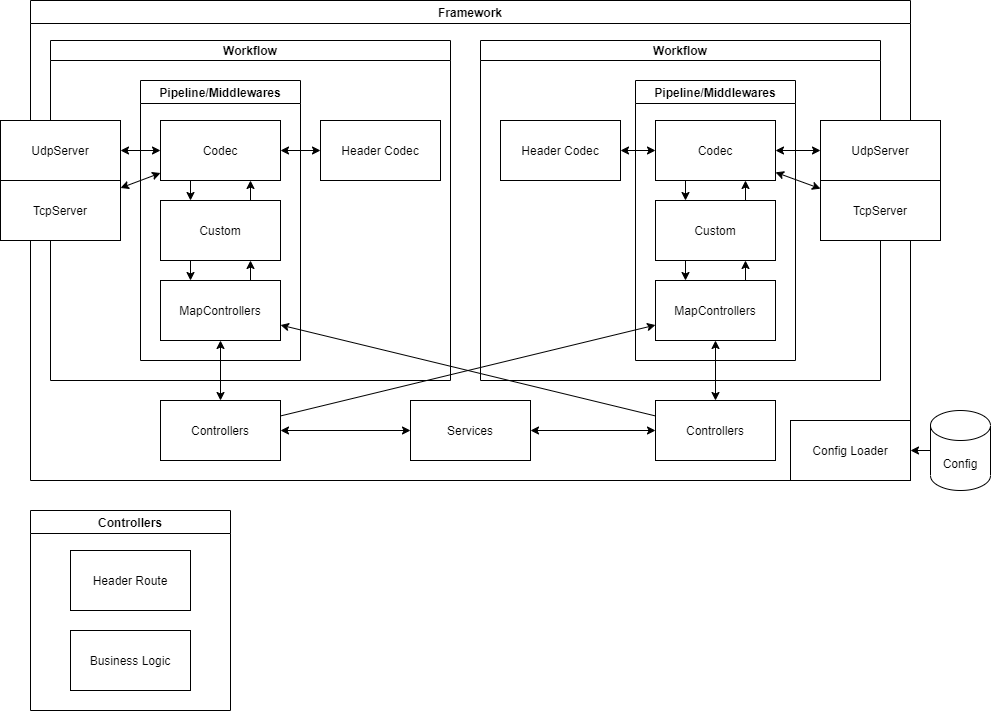
Above: img/arch.relay.drawio.png in Banyc/SocketBackendFramework (draw.io), before the change. Source tidied: cells renumbered, new cells last; positions are measured from the earlier drawing's top-left corner, leaving out a move shared by most shapes.
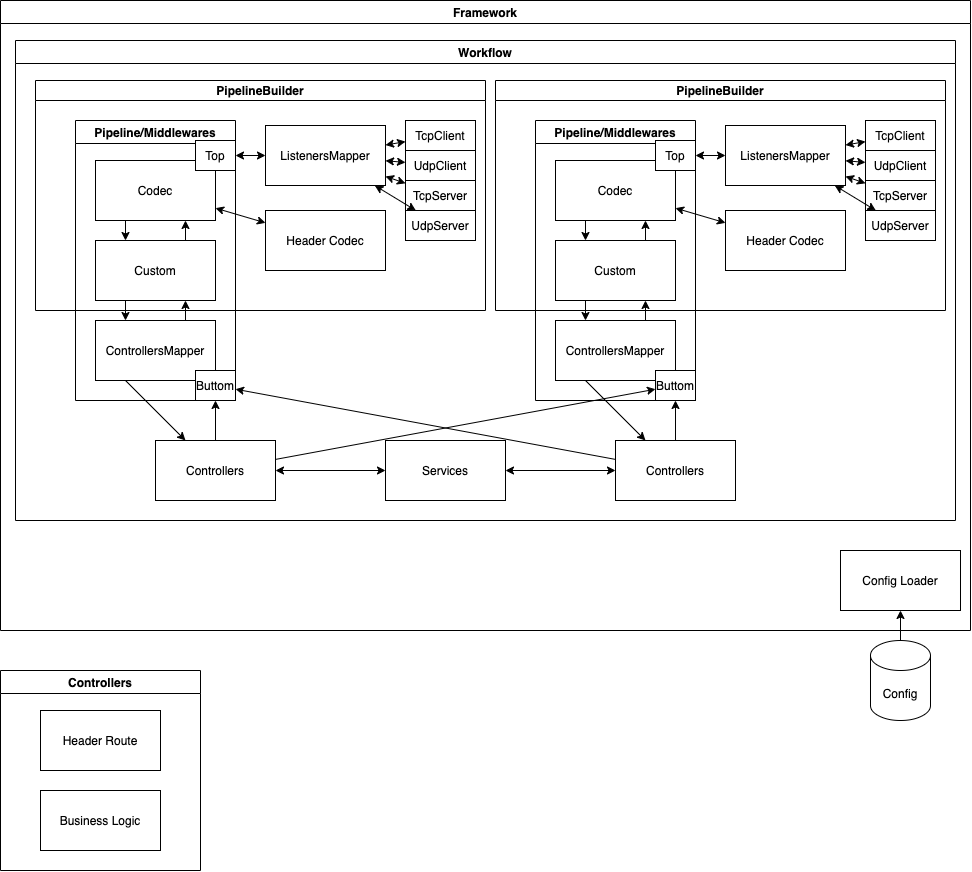
Above is the later version.

Commit message:
docs(project Relay): enhance architecture

The edit, as a diff of the source:
```diff
@@ -3,7 +3,7 @@
     <mxCell id="0" />
     <mxCell id="1" parent="0" />
     <mxCell id="2" value="Controllers" style="swimlane;" parent="1" vertex="1">
-      <mxGeometry x="30" y="510" width="200" height="200" as="geometry" />
+      <mxGeometry x="230" y="400" width="200" height="200" as="geometry" />
     </mxCell>
     <mxCell id="3" value="Header Route" style="rounded=0;whiteSpace=wrap;html=1;" parent="2" vertex="1">
       <mxGeometry x="40" y="40" width="120" height="60" as="geometry" />
@@ -11,64 +11,37 @@
     <mxCell id="4" value="Business Logic" style="rounded=0;whiteSpace=wrap;html=1;" parent="2" vertex="1">
       <mxGeometry x="40" y="120" width="120" height="60" as="geometry" />
     </mxCell>
+    <mxCell id="46" value="Config" style="shape=cylinder3;whiteSpace=wrap;html=1;boundedLbl=1;backgroundOutline=1;size=15;" parent="1" vertex="1">
+      <mxGeometry x="1100" y="370" width="60" height="80" as="geometry" />
+    </mxCell>
+    <mxCell id="47" style="endArrow=classic;html=1;" parent="1" edge="1" source="46" target="17">
+      <mxGeometry relative="1" as="geometry" />
+    </mxCell>
+    <mxCell id="48" value="Framework" style="swimlane;" parent="1" vertex="1">
+      <mxGeometry x="230" y="-270" width="970" height="630" as="geometry" />
+    </mxCell>
+    <mxCell id="17" value="Config Loader" style="rounded=0;whiteSpace=wrap;html=1;" parent="48" vertex="1">
+      <mxGeometry x="840" y="550" width="120" height="60" as="geometry" />
+    </mxCell>
-    <mxCell id="5" value="Framework" style="swimlane;" parent="1" vertex="1">
-      <mxGeometry x="30" width="880" height="480" as="geometry" />
+    <mxCell id="5" value="Workflow" style="swimlane;" parent="48" vertex="1">
+      <mxGeometry x="15" y="40" width="940" height="480" as="geometry" />
     </mxCell>
-    <mxCell id="6" value="Workflow" style="swimlane;startSize=20;" parent="5" vertex="1">
-      <mxGeometry x="450" y="40" width="400" height="340" as="geometry" />
-    </mxCell>
-    <mxCell id="7" value="Pipeline/Middlewares" style="swimlane;" parent="6" vertex="1">
-      <mxGeometry x="155" y="40" width="160" height="280" as="geometry" />
-    </mxCell>
-    <mxCell id="8" value="MapControllers" style="rounded=0;whiteSpace=wrap;html=1;" parent="7" vertex="1">
-      <mxGeometry x="20" y="200" width="120" height="60" as="geometry" />
-    </mxCell>
-    <mxCell id="9" style="endArrow=classic;html=1;entryX=0.75;entryY=1;entryDx=0;entryDy=0;exitX=0.75;exitY=0;exitDx=0;exitDy=0;" parent="7" edge="1" source="13" target="10">
-      <mxGeometry relative="1" as="geometry" />
-    </mxCell>
-    <mxCell id="10" value="Codec" style="rounded=0;whiteSpace=wrap;html=1;" parent="7" vertex="1">
-      <mxGeometry x="20" y="40" width="120" height="60" as="geometry" />
-    </mxCell>
-    <mxCell id="11" style="endArrow=classic;html=1;entryX=0.25;entryY=0;entryDx=0;entryDy=0;exitX=0.25;exitY=1;exitDx=0;exitDy=0;" parent="7" edge="1" source="10" target="13">
-      <mxGeometry relative="1" as="geometry" />
-    </mxCell>
-    <mxCell id="12" style="endArrow=classic;html=1;exitX=0.75;exitY=0;exitDx=0;exitDy=0;entryX=0.75;entryY=1;entryDx=0;entryDy=0;" parent="7" edge="1" source="8" target="13">
-      <mxGeometry relative="1" as="geometry" />
-    </mxCell>
-    <mxCell id="13" value="Custom" style="rounded=0;whiteSpace=wrap;html=1;" parent="7" vertex="1">
-      <mxGeometry x="20" y="120" width="120" height="60" as="geometry" />
-    </mxCell>
-    <mxCell id="14" style="endArrow=classic;html=1;exitX=0.25;exitY=1;exitDx=0;exitDy=0;entryX=0.25;entryY=0;entryDx=0;entryDy=0;" parent="7" edge="1" source="13" target="8">
-      <mxGeometry relative="1" as="geometry" />
-    </mxCell>
-    <mxCell id="15" value="Header Codec" style="rounded=0;whiteSpace=wrap;html=1;" parent="6" vertex="1">
-      <mxGeometry x="20" y="80" width="120" height="60" as="geometry" />
-    </mxCell>
-    <mxCell id="16" style="endArrow=classic;startArrow=classic;html=1;" parent="6" edge="1" source="10" target="15">
-      <mxGeometry relative="1" as="geometry" />
-    </mxCell>
-    <mxCell id="17" value="Config Loader" style="rounded=0;whiteSpace=wrap;html=1;" parent="5" vertex="1">
-      <mxGeometry x="760" y="420" width="120" height="60" as="geometry" />
-    </mxCell>
     <mxCell id="18" value="Controllers" style="rounded=0;whiteSpace=wrap;html=1;" parent="5" vertex="1">
-      <mxGeometry x="625" y="400" width="120" height="60" as="geometry" />
+      <mxGeometry x="600" y="400" width="120" height="60" as="geometry" />
     </mxCell>
     <mxCell id="19" style="endArrow=classic;startArrow=classic;html=1;" parent="5" edge="1" source="21" target="18">
       <mxGeometry relative="1" as="geometry" />
     </mxCell>
-    <mxCell id="20" style="endArrow=classic;startArrow=classic;html=1;" parent="5" edge="1" source="18" target="8">
-      <mxGeometry relative="1" as="geometry" />
-    </mxCell>
     <mxCell id="21" value="Services" style="rounded=0;whiteSpace=wrap;html=1;" parent="5" vertex="1">
-      <mxGeometry x="380" y="400" width="120" height="60" as="geometry" />
+      <mxGeometry x="370" y="400" width="120" height="60" as="geometry" />
     </mxCell>
-    <mxCell id="22" value="Workflow" style="swimlane;startSize=20;" parent="5" vertex="1">
-      <mxGeometry x="20" y="40" width="400" height="340" as="geometry" />
+    <mxCell id="22" value="PipelineBuilder" style="swimlane;startSize=20;" parent="5" vertex="1">
+      <mxGeometry x="20" y="40" width="450" height="230" as="geometry" />
     </mxCell>
     <mxCell id="23" value="Pipeline/Middlewares" style="swimlane;" parent="22" vertex="1">
-      <mxGeometry x="90" y="40" width="160" height="280" as="geometry" />
+      <mxGeometry x="40" y="40" width="160" height="280" as="geometry" />
     </mxCell>
-    <mxCell id="24" value="MapControllers" style="rounded=0;whiteSpace=wrap;html=1;" parent="23" vertex="1">
+    <mxCell id="24" value="ControllersMapper" style="rounded=0;whiteSpace=wrap;html=1;" parent="23" vertex="1">
       <mxGeometry x="20" y="200" width="120" height="60" as="geometry" />
     </mxCell>
     <mxCell id="25" style="endArrow=classic;html=1;entryX=0.75;entryY=1;entryDx=0;entryDy=0;exitX=0.75;exitY=0;exitDx=0;exitDy=0;" parent="23" edge="1" source="29" target="26">
@@ -89,56 +62,140 @@
     <mxCell id="30" style="endArrow=classic;html=1;exitX=0.25;exitY=1;exitDx=0;exitDy=0;entryX=0.25;entryY=0;entryDx=0;entryDy=0;" parent="23" edge="1" source="29" target="24">
       <mxGeometry relative="1" as="geometry" />
     </mxCell>
+    <mxCell id="49" value="Top" style="rounded=0;whiteSpace=wrap;html=1;" parent="23" vertex="1">
+      <mxGeometry x="120" y="20" width="40" height="30" as="geometry" />
+    </mxCell>
+    <mxCell id="50" value="Buttom" style="rounded=0;whiteSpace=wrap;html=1;" parent="23" vertex="1">
+      <mxGeometry x="120" y="250" width="40" height="30" as="geometry" />
+    </mxCell>
     <mxCell id="31" value="Header Codec" style="rounded=0;whiteSpace=wrap;html=1;" parent="22" vertex="1">
-      <mxGeometry x="270" y="80" width="120" height="60" as="geometry" />
+      <mxGeometry x="230" y="130" width="120" height="60" as="geometry" />
     </mxCell>
     <mxCell id="32" style="endArrow=classic;startArrow=classic;html=1;" parent="22" edge="1" source="26" target="31">
       <mxGeometry relative="1" as="geometry" />
     </mxCell>
+    <mxCell id="35" value="TcpServer" style="rounded=0;whiteSpace=wrap;html=1;" parent="22" vertex="1">
+      <mxGeometry x="370" y="100" width="70" height="30" as="geometry" />
+    </mxCell>
+    <mxCell id="51" value="ListenersMapper" style="rounded=0;whiteSpace=wrap;html=1;" parent="22" vertex="1">
+      <mxGeometry x="230" y="45" width="120" height="60" as="geometry" />
+    </mxCell>
     <mxCell id="33" value="UdpServer" style="rounded=0;whiteSpace=wrap;html=1;" parent="22" vertex="1">
-      <mxGeometry x="-50" y="80" width="120" height="60" as="geometry" />
+      <mxGeometry x="370" y="130" width="70" height="30" as="geometry" />
     </mxCell>
-    <mxCell id="34" style="endArrow=classic;startArrow=classic;html=1;" parent="22" edge="1" source="33" target="26">
+    <mxCell id="34" style="endArrow=classic;startArrow=classic;html=1;" parent="22" edge="1" source="33" target="51">
       <mxGeometry relative="1" as="geometry" />
     </mxCell>
-    <mxCell id="35" value="TcpServer" style="rounded=0;whiteSpace=wrap;html=1;" parent="22" vertex="1">
-      <mxGeometry x="-50" y="140" width="120" height="60" as="geometry" />
-    </mxCell>
-    <mxCell id="36" style="endArrow=classic;startArrow=classic;html=1;" parent="22" edge="1" source="26" target="35">
+    <mxCell id="36" style="endArrow=classic;startArrow=classic;html=1;" parent="22" edge="1" source="51" target="35">
       <mxGeometry relative="1" as="geometry" />
     </mxCell>
+    <mxCell id="52" style="endArrow=classic;startArrow=classic;html=1;" parent="22" edge="1" source="49" target="51">
+      <mxGeometry relative="1" as="geometry" />
+    </mxCell>
+    <mxCell id="53" value="UdpClient" style="rounded=0;whiteSpace=wrap;html=1;" parent="22" vertex="1">
+      <mxGeometry x="370" y="70" width="70" height="30" as="geometry" />
+    </mxCell>
+    <mxCell id="54" value="TcpClient" style="rounded=0;whiteSpace=wrap;html=1;" parent="22" vertex="1">
+      <mxGeometry x="370" y="40" width="70" height="30" as="geometry" />
+    </mxCell>
+    <mxCell id="55" style="endArrow=classic;startArrow=classic;html=1;" parent="22" edge="1" source="53" target="51">
+      <mxGeometry relative="1" as="geometry" />
+    </mxCell>
+    <mxCell id="56" style="endArrow=classic;startArrow=classic;html=1;" parent="22" edge="1" source="54" target="51">
+      <mxGeometry relative="1" as="geometry" />
+    </mxCell>
-    <mxCell id="37" style="endArrow=classic;html=1;" parent="5" edge="1" source="18" target="24">
+    <mxCell id="37" style="endArrow=classic;html=1;" parent="5" edge="1" source="18" target="50">
       <mxGeometry relative="1" as="geometry" />
     </mxCell>
     <mxCell id="38" value="Controllers" style="rounded=0;whiteSpace=wrap;html=1;" parent="5" vertex="1">
-      <mxGeometry x="130" y="400" width="120" height="60" as="geometry" />
+      <mxGeometry x="140" y="400" width="120" height="60" as="geometry" />
     </mxCell>
-    <mxCell id="39" style="endArrow=classic;html=1;" parent="5" edge="1" source="38" target="8">
+    <mxCell id="39" style="endArrow=classic;html=1;" parent="5" edge="1" source="38" target="66">
       <mxGeometry relative="1" as="geometry" />
     </mxCell>
-    <mxCell id="40" style="endArrow=classic;startArrow=classic;html=1;" parent="5" edge="1" source="38" target="24">
-      <mxGeometry relative="1" as="geometry" />
-    </mxCell>
     <mxCell id="41" style="endArrow=classic;startArrow=classic;html=1;" parent="5" edge="1" source="21" target="38">
       <mxGeometry relative="1" as="geometry" />
     </mxCell>
+    <mxCell id="57" style="endArrow=classic;html=1;" parent="5" edge="1" source="18" target="66">
+      <mxGeometry relative="1" as="geometry" />
+    </mxCell>
+    <mxCell id="58" style="endArrow=classic;html=1;exitX=0.25;exitY=1;exitDx=0;exitDy=0;" parent="5" edge="1" source="24" target="38">
+      <mxGeometry relative="1" as="geometry" />
+    </mxCell>
+    <mxCell id="59" style="endArrow=classic;html=1;" parent="5" edge="1" source="38" target="50">
+      <mxGeometry relative="1" as="geometry" />
+    </mxCell>
+    <mxCell id="60" style="endArrow=classic;html=1;exitX=0.25;exitY=1;exitDx=0;exitDy=0;" parent="5" edge="1" source="62" target="18">
+      <mxGeometry relative="1" as="geometry" />
+    </mxCell>
+    <mxCell id="61" value="PipelineBuilder" style="swimlane;startSize=20;" parent="5" vertex="1">
+      <mxGeometry x="480" y="40" width="450" height="230" as="geometry" />
+    </mxCell>
+    <mxCell id="7" value="Pipeline/Middlewares" style="swimlane;" parent="61" vertex="1">
+      <mxGeometry x="40" y="40" width="160" height="280" as="geometry" />
+    </mxCell>
+    <mxCell id="62" value="ControllersMapper" style="rounded=0;whiteSpace=wrap;html=1;" parent="7" vertex="1">
+      <mxGeometry x="20" y="200" width="120" height="60" as="geometry" />
+    </mxCell>
+    <mxCell id="9" style="endArrow=classic;html=1;entryX=0.75;entryY=1;entryDx=0;entryDy=0;exitX=0.75;exitY=0;exitDx=0;exitDy=0;" parent="7" edge="1" source="13" target="10">
+      <mxGeometry relative="1" as="geometry" />
+    </mxCell>
+    <mxCell id="10" value="Codec" style="rounded=0;whiteSpace=wrap;html=1;" parent="7" vertex="1">
+      <mxGeometry x="20" y="40" width="120" height="60" as="geometry" />
+    </mxCell>
+    <mxCell id="11" style="endArrow=classic;html=1;entryX=0.25;entryY=0;entryDx=0;entryDy=0;exitX=0.25;exitY=1;exitDx=0;exitDy=0;" parent="7" edge="1" source="10" target="13">
+      <mxGeometry relative="1" as="geometry" />
+    </mxCell>
+    <mxCell id="63" style="endArrow=classic;html=1;exitX=0.75;exitY=0;exitDx=0;exitDy=0;entryX=0.75;entryY=1;entryDx=0;entryDy=0;" parent="7" edge="1" source="62" target="13">
+      <mxGeometry relative="1" as="geometry" />
+    </mxCell>
+    <mxCell id="13" value="Custom" style="rounded=0;whiteSpace=wrap;html=1;" parent="7" vertex="1">
+      <mxGeometry x="20" y="120" width="120" height="60" as="geometry" />
+    </mxCell>
+    <mxCell id="64" style="endArrow=classic;html=1;exitX=0.25;exitY=1;exitDx=0;exitDy=0;entryX=0.25;entryY=0;entryDx=0;entryDy=0;" parent="7" edge="1" source="13" target="62">
+      <mxGeometry relative="1" as="geometry" />
+    </mxCell>
+    <mxCell id="65" value="Top" style="rounded=0;whiteSpace=wrap;html=1;" parent="7" vertex="1">
+      <mxGeometry x="120" y="20" width="40" height="30" as="geometry" />
+    </mxCell>
+    <mxCell id="66" value="Buttom" style="rounded=0;whiteSpace=wrap;html=1;" parent="7" vertex="1">
+      <mxGeometry x="120" y="250" width="40" height="30" as="geometry" />
+    </mxCell>
+    <mxCell id="15" value="Header Codec" style="rounded=0;whiteSpace=wrap;html=1;" parent="61" vertex="1">
+      <mxGeometry x="230" y="130" width="120" height="60" as="geometry" />
+    </mxCell>
+    <mxCell id="16" style="endArrow=classic;startArrow=classic;html=1;" parent="61" edge="1" source="10" target="15">
+      <mxGeometry relative="1" as="geometry" />
+    </mxCell>
-    <mxCell id="42" value="TcpServer" style="rounded=0;whiteSpace=wrap;html=1;" parent="5" vertex="1">
-      <mxGeometry x="790" y="180" width="120" height="60" as="geometry" />
+    <mxCell id="42" value="TcpServer" style="rounded=0;whiteSpace=wrap;html=1;" parent="61" vertex="1">
+      <mxGeometry x="370" y="100" width="70" height="30" as="geometry" />
     </mxCell>
-    <mxCell id="43" style="endArrow=classic;startArrow=classic;html=1;" parent="5" edge="1" source="10" target="42">
-      <mxGeometry relative="1" as="geometry" />
-    </mxCell>
+    <mxCell id="67" value="ListenersMapper" style="rounded=0;whiteSpace=wrap;html=1;" parent="61" vertex="1">
+      <mxGeometry x="230" y="45" width="120" height="60" as="geometry" />
+    </mxCell>
-    <mxCell id="44" value="UdpServer" style="rounded=0;whiteSpace=wrap;html=1;" parent="5" vertex="1">
-      <mxGeometry x="790" y="120" width="120" height="60" as="geometry" />
+    <mxCell id="44" value="UdpServer" style="rounded=0;whiteSpace=wrap;html=1;" parent="61" vertex="1">
+      <mxGeometry x="370" y="130" width="70" height="30" as="geometry" />
     </mxCell>
-    <mxCell id="45" style="endArrow=classic;startArrow=classic;html=1;" parent="5" edge="1" source="44" target="10">
-      <mxGeometry relative="1" as="geometry" />
-    </mxCell>
-    <mxCell id="46" value="Config" style="shape=cylinder3;whiteSpace=wrap;html=1;boundedLbl=1;backgroundOutline=1;size=15;" parent="1" vertex="1">
-      <mxGeometry x="930" y="410" width="60" height="80" as="geometry" />
-    </mxCell>
-    <mxCell id="47" style="endArrow=classic;html=1;" parent="1" edge="1" source="46" target="17">
-      <mxGeometry relative="1" as="geometry" />
-    </mxCell>
+    <mxCell id="68" style="endArrow=classic;startArrow=classic;html=1;" parent="61" edge="1" source="44" target="67">
+      <mxGeometry relative="1" as="geometry" />
+    </mxCell>
+    <mxCell id="69" style="endArrow=classic;startArrow=classic;html=1;" parent="61" edge="1" source="67" target="42">
+      <mxGeometry relative="1" as="geometry" />
+    </mxCell>
+    <mxCell id="70" style="endArrow=classic;startArrow=classic;html=1;" parent="61" edge="1" source="65" target="67">
+      <mxGeometry relative="1" as="geometry" />
+    </mxCell>
+    <mxCell id="71" value="UdpClient" style="rounded=0;whiteSpace=wrap;html=1;" parent="61" vertex="1">
+      <mxGeometry x="370" y="70" width="70" height="30" as="geometry" />
+    </mxCell>
+    <mxCell id="72" value="TcpClient" style="rounded=0;whiteSpace=wrap;html=1;" parent="61" vertex="1">
+      <mxGeometry x="370" y="40" width="70" height="30" as="geometry" />
+    </mxCell>
+    <mxCell id="73" style="endArrow=classic;startArrow=classic;html=1;" parent="61" edge="1" source="71" target="67">
+      <mxGeometry relative="1" as="geometry" />
+    </mxCell>
+    <mxCell id="74" style="endArrow=classic;startArrow=classic;html=1;" parent="61" edge="1" source="72" target="67">
+      <mxGeometry relative="1" as="geometry" />
+    </mxCell>
   </root>
 </mxGraphModel>
```
